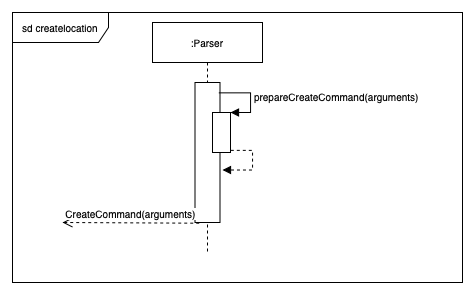
This is docs/images/diagrams/Sequence_Parser_Create.png from nus-cs2113-AY2021S1/tp, a draw.io export, as it was before one commit. Source tidied: cells renumbered, new cells last; positions are measured from the earlier drawing's top-left corner, leaving out a move shared by most shapes.
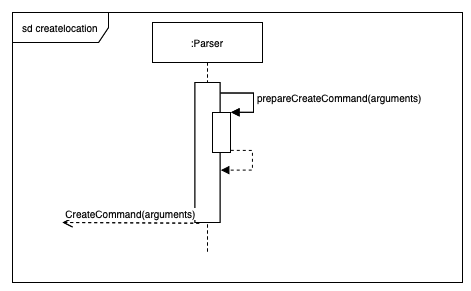
The same file after the commit.

Commit message:
Update Developer Guide - Parser, CreateCommand & RemoveCommand

Diff of the diagram source:
```diff
@@ -17,11 +17,11 @@
     <mxCell id="6" style="html=1;points=[];perimeter=orthogonalPerimeter;shadow=0;labelBackgroundColor=none;sketch=0;fillColor=#ffffff;fontSize=10;fontColor=#000000;" parent="4" vertex="1">
       <mxGeometry x="60" y="90" width="18" height="40" as="geometry" />
     </mxCell>
-    <mxCell id="7" value="prepareCreateCommand(arguments)" style="edgeStyle=orthogonalEdgeStyle;html=1;align=left;spacingLeft=2;endArrow=block;rounded=0;entryX=1;entryY=0;fontSize=10;fontColor=#000000;exitX=0.952;exitY=0.074;exitDx=0;exitDy=0;exitPerimeter=0;" parent="4" edge="1" source="5" target="6">
+    <mxCell id="7" value="prepareCreateCommand(arguments)" style="edgeStyle=orthogonalEdgeStyle;html=1;align=left;spacingLeft=2;endArrow=block;rounded=0;entryX=1.027;entryY=-0.005;fontSize=10;fontColor=#000000;exitX=1.014;exitY=0.075;exitDx=0;exitDy=0;exitPerimeter=0;entryDx=0;entryDy=0;entryPerimeter=0;" parent="4" edge="1" source="5" target="6">
       <mxGeometry relative="1" as="geometry">
         <Array as="points">
-          <mxPoint x="98" y="70" />
-          <mxPoint x="98" y="90" />
+          <mxPoint x="101" y="71" />
+          <mxPoint x="101" y="90" />
         </Array>
       </mxGeometry>
     </mxCell>
@@ -30,7 +30,7 @@
         <mxPoint x="50" y="210" as="targetPoint" />
       </mxGeometry>
     </mxCell>
-    <mxCell id="9" style="edgeStyle=orthogonalEdgeStyle;html=1;align=left;spacingLeft=2;endArrow=block;rounded=0;entryX=1.1;entryY=0.625;fontSize=10;fontColor=#000000;exitX=0.952;exitY=0.074;exitDx=0;exitDy=0;exitPerimeter=0;entryDx=0;entryDy=0;entryPerimeter=0;dashed=1;" parent="2" edge="1" target="5">
+    <mxCell id="9" style="edgeStyle=orthogonalEdgeStyle;html=1;align=left;spacingLeft=2;endArrow=block;rounded=0;entryX=1.033;entryY=0.626;fontSize=10;fontColor=#000000;exitX=0.952;exitY=0.074;exitDx=0;exitDy=0;exitPerimeter=0;entryDx=0;entryDy=0;entryPerimeter=0;dashed=1;" parent="2" edge="1" target="5">
       <mxGeometry relative="1" as="geometry">
         <mxPoint x="218.3" y="137.9" as="sourcePoint" />
         <Array as="points">
@@ -39,5 +39,33 @@
         </Array>
       </mxGeometry>
     </mxCell>
+    <mxCell id="10" style="group;" parent="2" vertex="1">
+      <mxGeometry width="450" height="270" as="geometry" />
+    </mxCell>
+    <mxCell id="11" value="sd createlocation" style="shape=umlFrame;whiteSpace=wrap;html=1;shadow=0;labelBackgroundColor=none;sketch=0;fillColor=#ffffff;fontSize=10;fontColor=#000000;width=96;height=30;" parent="10" vertex="1">
+      <mxGeometry width="450" height="270" as="geometry" />
+    </mxCell>
+    <mxCell id="12" value=":Parser" style="shape=umlLifeline;perimeter=lifelinePerimeter;whiteSpace=wrap;html=1;shadow=0;labelBackgroundColor=none;sketch=0;fillColor=#ffffff;fontSize=10;fontColor=#000000;" parent="10" vertex="1">
+      <mxGeometry x="140" y="10" width="110" height="230" as="geometry" />
+    </mxCell>
+    <mxCell id="13" style="html=1;points=[];perimeter=orthogonalPerimeter;shadow=0;labelBackgroundColor=none;sketch=0;fillColor=#ffffff;fontSize=10;fontColor=#000000;" parent="12" vertex="1">
+      <mxGeometry x="42.5" y="60" width="25" height="140" as="geometry" />
+    </mxCell>
+    <mxCell id="14" style="html=1;points=[];perimeter=orthogonalPerimeter;shadow=0;labelBackgroundColor=none;sketch=0;fillColor=#ffffff;fontSize=10;fontColor=#000000;" parent="12" vertex="1">
+      <mxGeometry x="60" y="90" width="18" height="40" as="geometry" />
+    </mxCell>
+    <mxCell id="15" value="prepareCreateCommand(arguments)" style="edgeStyle=orthogonalEdgeStyle;html=1;align=left;spacingLeft=2;endArrow=block;rounded=0;entryX=1.027;entryY=-0.005;fontSize=10;fontColor=#000000;exitX=1.014;exitY=0.075;exitDx=0;exitDy=0;exitPerimeter=0;entryDx=0;entryDy=0;entryPerimeter=0;" parent="12" edge="1" source="13" target="14">
+      <mxGeometry relative="1" as="geometry">
+        <Array as="points">
+          <mxPoint x="101" y="71" />
+          <mxPoint x="101" y="90" />
+        </Array>
+      </mxGeometry>
+    </mxCell>
+    <mxCell id="16" value="CreateCommand(arguments)" style="html=1;verticalAlign=bottom;endArrow=open;dashed=1;endSize=8;fontSize=10;fontColor=#000000;exitX=0.169;exitY=1.005;exitDx=0;exitDy=0;exitPerimeter=0;" parent="10" edge="1" source="13">
+      <mxGeometry relative="1" as="geometry">
+        <mxPoint x="50" y="210" as="targetPoint" />
+      </mxGeometry>
+    </mxCell>
   </root>
 </mxGraphModel>
```
